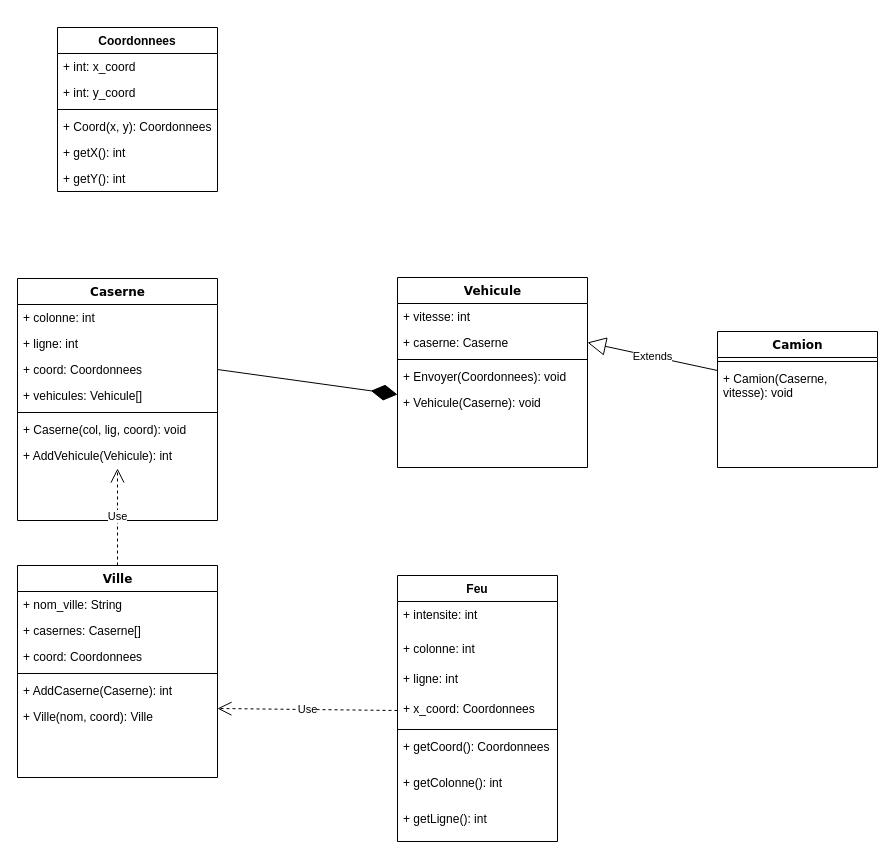
SimSua/projet_transversal keeps this draw.io diagram as Archi_Schema/Diagramme_Classe_Manager.drawio. Above is the earlier version. Source tidied: cells renumbered, new cells numbered last; positions are measured from the earlier drawing's top-left corner, leaving out a move shared by most shapes. Both pictures are drawn from the tidied source at 100%, with x=0, y=0 at pixel (17, 27).
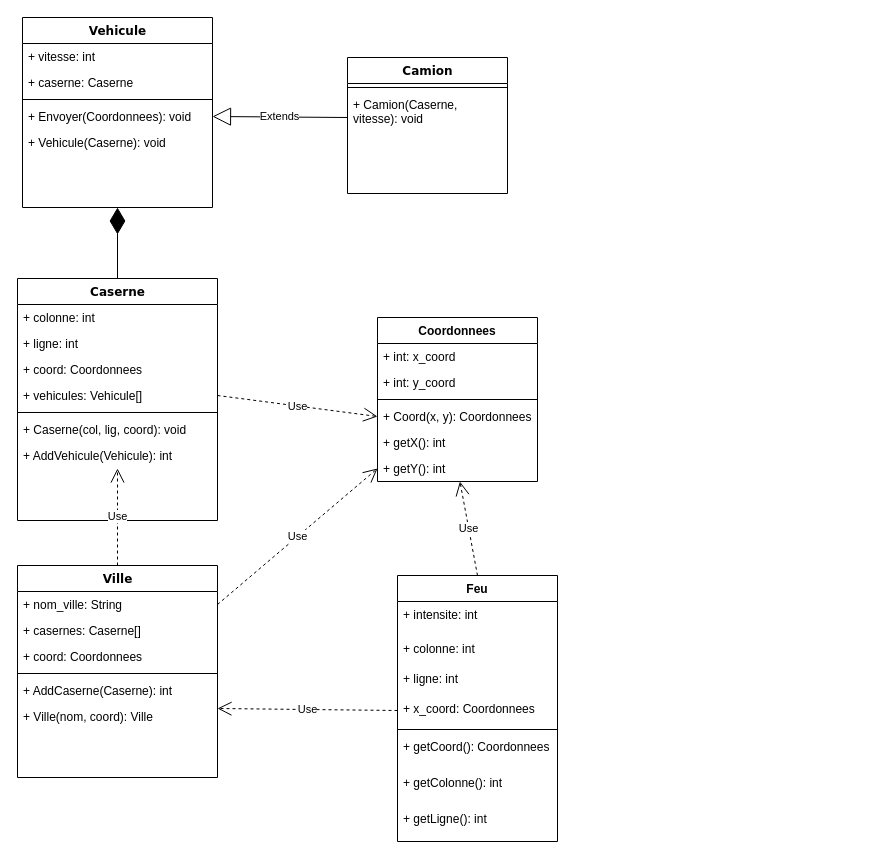
After the change.

Commit message (it also covers changes not shown here):
Changement sur les schémas de classe

Unchanged cells that the change refers to:
```xml
<mxCell id="2" value="Caserne" style="swimlane;html=1;fontStyle=1;align=center;verticalAlign=top;horizontal=1;startSize=26;swimlaneFillColor=#ffffff;rounded=0;shadow=0;comic=0;labelBackgroundColor=none;strokeWidth=1;fillColor=none;fontFamily=Verdana;fontSize=12;" parent="1" vertex="1">
  <mxGeometry y="251" width="200" height="242" as="geometry" />
</mxCell>
<mxCell id="5" value="+ coord: Coordonnees" style="text;html=1;strokeColor=none;fillColor=none;align=left;verticalAlign=top;spacingLeft=4;spacingRight=4;whiteSpace=wrap;overflow=hidden;points=[[0,0.5],[1,0.5]];portConstraint=eastwest;" parent="2" vertex="1">
  <mxGeometry y="78" width="200" height="26" as="geometry" />
</mxCell>
<mxCell id="6" value="+ vehicules: Vehicule[]" style="text;html=1;strokeColor=none;fillColor=none;align=left;verticalAlign=top;spacingLeft=4;spacingRight=4;whiteSpace=wrap;overflow=hidden;points=[[0,0.5],[1,0.5]];portConstraint=eastwest;" parent="2" vertex="1">
  <mxGeometry y="104" width="200" height="26" as="geometry" />
</mxCell>
<mxCell id="12" value="+ caserne: Caserne" style="text;html=1;strokeColor=none;fillColor=none;align=left;verticalAlign=top;spacingLeft=4;spacingRight=4;whiteSpace=wrap;overflow=hidden;points=[[0,0.5],[1,0.5]];portConstraint=eastwest;" parent="10" vertex="1">
  <mxGeometry y="52" width="190" height="26" as="geometry" />
</mxCell>
<mxCell id="14" value="+ Envoyer(Coordonnees): void" style="text;html=1;strokeColor=none;fillColor=none;align=left;verticalAlign=top;spacingLeft=4;spacingRight=4;whiteSpace=wrap;overflow=hidden;points=[[0,0.5],[1,0.5]];portConstraint=eastwest;" parent="10" vertex="1">
  <mxGeometry y="86" width="190" height="26" as="geometry" />
</mxCell>
<mxCell id="18" value="+ Camion(Caserne, vitesse): void" style="text;html=1;strokeColor=none;fillColor=none;align=left;verticalAlign=top;spacingLeft=4;spacingRight=4;whiteSpace=wrap;overflow=hidden;points=[[0,0.5],[1,0.5]];portConstraint=eastwest;" parent="16" vertex="1">
  <mxGeometry y="34" width="160" height="52" as="geometry" />
</mxCell>
<mxCell id="20" value="+ nom_ville: String" style="text;html=1;strokeColor=none;fillColor=none;align=left;verticalAlign=top;spacingLeft=4;spacingRight=4;whiteSpace=wrap;overflow=hidden;points=[[0,0.5],[1,0.5]];portConstraint=eastwest;" parent="19" vertex="1">
  <mxGeometry y="26" width="200" height="26" as="geometry" />
</mxCell>
<mxCell id="26" value="Feu" style="swimlane;fontStyle=1;align=center;verticalAlign=top;horizontal=1;startSize=26;" parent="1" vertex="1">
  <mxGeometry x="380" y="548" width="160" height="266" as="geometry" />
</mxCell>
<mxCell id="43" value="+ Coord(x, y): Coordonnees" style="text;strokeColor=none;fillColor=none;align=left;verticalAlign=top;spacingLeft=4;spacingRight=4;overflow=hidden;points=[[0,0.5],[1,0.5]];portConstraint=eastwest;" parent="39" vertex="1">
  <mxGeometry y="86" width="160" height="26" as="geometry" />
</mxCell>
<mxCell id="45" value="+ getY(): int" style="text;strokeColor=none;fillColor=none;align=left;verticalAlign=top;spacingLeft=4;spacingRight=4;overflow=hidden;points=[[0,0.5],[1,0.5]];portConstraint=eastwest;" parent="39" vertex="1">
  <mxGeometry y="138" width="160" height="26" as="geometry" />
</mxCell>
```

Change to the diagram source:
```diff
@@
     <mxCell id="10" value="Vehicule" style="swimlane;html=1;fontStyle=1;align=center;verticalAlign=top;horizontal=1;startSize=26;swimlaneFillColor=#ffffff;rounded=0;shadow=0;comic=0;labelBackgroundColor=none;strokeWidth=1;fillColor=none;fontFamily=Verdana;fontSize=12;" parent="1" vertex="1">
-      <mxGeometry x="380" y="250" width="190" height="190" as="geometry" />
+      <mxGeometry x="5" y="-10" width="190" height="190" as="geometry" />
     </mxCell>
@@
     <mxCell id="16" value="Camion&lt;br&gt;" style="swimlane;html=1;fontStyle=1;align=center;verticalAlign=top;horizontal=1;startSize=26;swimlaneFillColor=#ffffff;rounded=0;shadow=0;comic=0;labelBackgroundColor=none;strokeWidth=1;fillColor=none;fontFamily=Verdana;fontSize=12;" parent="1" vertex="1">
-      <mxGeometry x="700" y="304" width="160" height="136" as="geometry" />
+      <mxGeometry x="330" y="30" width="160" height="136" as="geometry" />
     </mxCell>
@@
-    <mxCell id="35" value="Extends" style="endArrow=block;endSize=16;endFill=0;html=1;entryX=1;entryY=0.5;entryDx=0;entryDy=0;exitX=0;exitY=0.5;exitDx=0;exitDy=0;" parent="1" edge="1" target="12">
-      <mxGeometry relative="1" as="geometry">
-        <mxPoint x="700" y="343" as="sourcePoint" />
-      </mxGeometry>
+    <mxCell id="35" value="Extends" style="endArrow=block;endSize=16;endFill=0;html=1;entryX=1;entryY=0.5;entryDx=0;entryDy=0;exitX=0;exitY=0.5;exitDx=0;exitDy=0;" parent="1" edge="1" source="18" target="14">
+      <mxGeometry relative="1" as="geometry" />
     </mxCell>
-    <mxCell id="36" style="endArrow=diamondThin;endFill=1;endSize=24;html=1;entryX=0;entryY=0.5;entryDx=0;entryDy=0;exitX=1;exitY=0.5;exitDx=0;exitDy=0;" parent="1" edge="1" source="5">
-      <mxGeometry relative="1" as="geometry">
-        <mxPoint x="380" y="367" as="targetPoint" />
-      </mxGeometry>
+    <mxCell id="36" style="endArrow=diamondThin;endFill=1;endSize=24;html=1;exitX=0.5;exitY=0;exitDx=0;exitDy=0;entryX=0.5;entryY=1;entryDx=0;entryDy=0;" parent="1" edge="1" source="2" target="10">
+      <mxGeometry relative="1" as="geometry" />
     </mxCell>
@@
     <mxCell id="39" value="Coordonnees" style="swimlane;fontStyle=1;align=center;verticalAlign=top;horizontal=1;startSize=26;" parent="1" vertex="1">
-      <mxGeometry x="40" width="160" height="164" as="geometry" />
+      <mxGeometry x="360" y="290" width="160" height="164" as="geometry" />
     </mxCell>
@@
+    <mxCell id="46" value="Use" style="endArrow=open;endSize=12;dashed=1;html=1;exitX=1;exitY=0.5;exitDx=0;exitDy=0;entryX=0;entryY=0.5;entryDx=0;entryDy=0;" parent="1" edge="1" source="6" target="43">
+      <mxGeometry relative="1" as="geometry" />
+    </mxCell>
+    <mxCell id="47" value="Use" style="endArrow=open;endSize=12;dashed=1;html=1;exitX=1;exitY=0.5;exitDx=0;exitDy=0;entryX=0;entryY=0.5;entryDx=0;entryDy=0;" parent="1" edge="1" source="20" target="45">
+      <mxGeometry relative="1" as="geometry" />
+    </mxCell>
+    <mxCell id="48" value="Use" style="endArrow=open;endSize=12;dashed=1;html=1;exitX=0.5;exitY=0;exitDx=0;exitDy=0;" parent="1" edge="1" source="26" target="45">
+      <mxGeometry relative="1" as="geometry" />
+    </mxCell>
```
